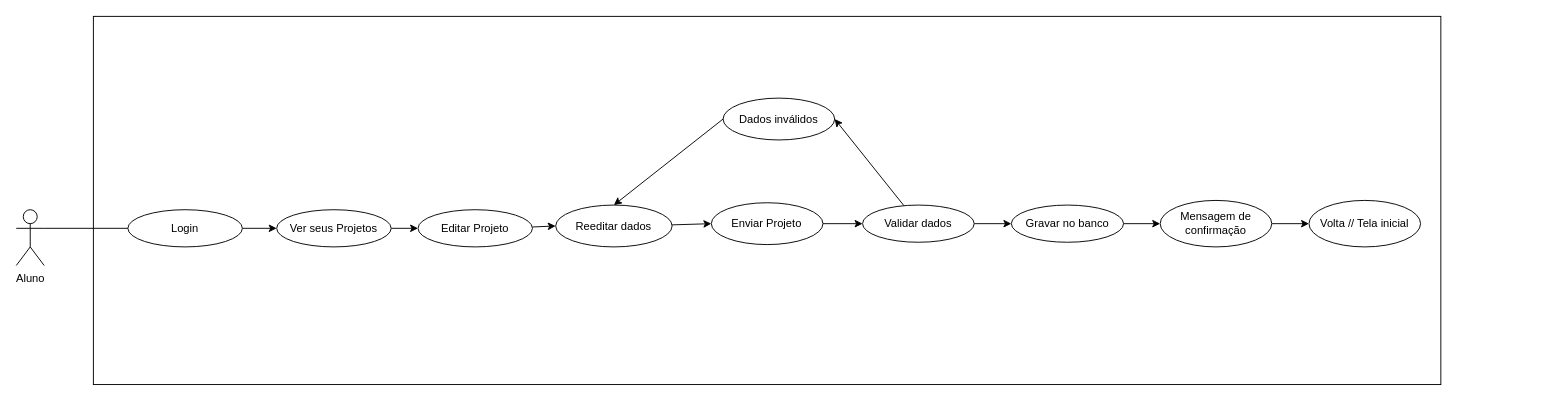
The draw.io diagram page "Diagrama_Casos_de_Uso" (1 of 2) of docs/aluno/editarumprojeto(Seu).drawio in JairC1999/SAPF, before the edit. Source tidied: cells renumbered, new cells numbered last; positions are measured from the earlier drawing's top-left corner, leaving out a move shared by most shapes. Both pictures are drawn from the tidied source at 93%, with x=0, y=0 at pixel (16, -473).
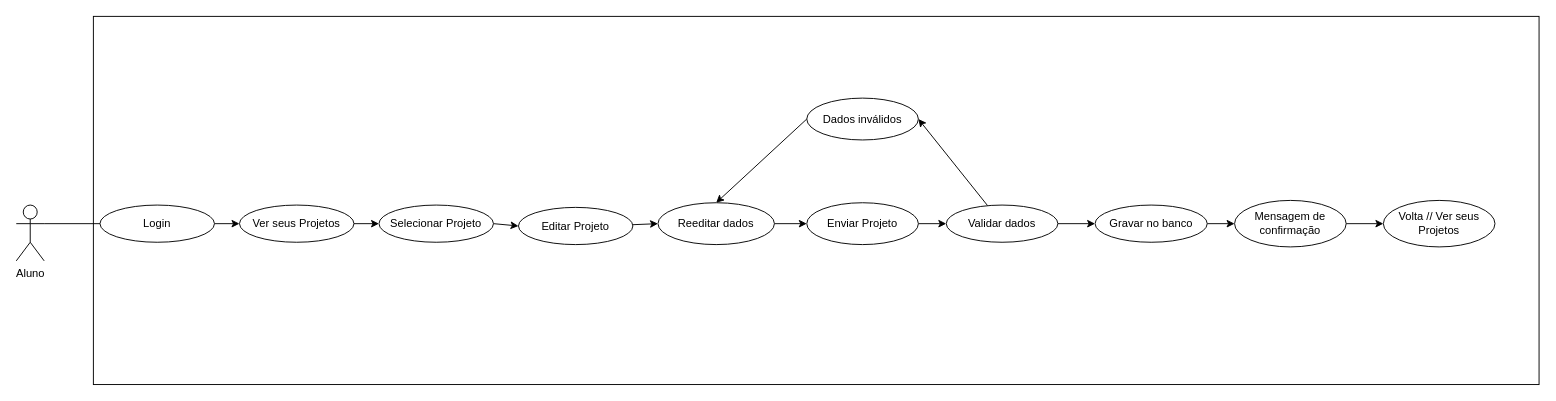
The same page after the edit.

What changed in the source:
```diff
@@
     <mxCell id="2" style="rounded=0;whiteSpace=wrap;html=1;rotation=90;" parent="1" vertex="1">
-      <mxGeometry x="609.4" y="-0.4" width="395.9" height="1448.9" as="geometry" />
+      <mxGeometry x="662.2" y="-53.2" width="395.9" height="1554.5" as="geometry" />
     </mxCell>
     <mxCell id="3" value="Aluno" style="shape=umlActor;verticalLabelPosition=bottom;verticalAlign=top;html=1;outlineConnect=0;" parent="1" vertex="1">
-      <mxGeometry y="734" width="30" height="60" as="geometry" />
+      <mxGeometry y="729" width="30" height="60" as="geometry" />
     </mxCell>
@@
     <mxCell id="6" value="Validar dados" style="ellipse;whiteSpace=wrap;html=1;" parent="1" vertex="1">
-      <mxGeometry x="910" y="729" width="120" height="40" as="geometry" />
+      <mxGeometry x="1000" y="729" width="120" height="40" as="geometry" />
     </mxCell>
@@
     <mxCell id="8" value="Enviar Projeto" style="ellipse;whiteSpace=wrap;html=1;" parent="1" vertex="1">
-      <mxGeometry x="747.4" y="726.5" width="120" height="45" as="geometry" />
+      <mxGeometry x="850" y="726.5" width="120" height="45" as="geometry" />
     </mxCell>
@@
     <mxCell id="10" value="Gravar no banco" style="ellipse;whiteSpace=wrap;html=1;" parent="1" vertex="1">
-      <mxGeometry x="1070" y="729" width="120.6" height="40" as="geometry" />
+      <mxGeometry x="1160" y="729" width="120.6" height="40" as="geometry" />
     </mxCell>
@@
     <mxCell id="12" value="Mensagem de confirmação" style="ellipse;whiteSpace=wrap;html=1;" parent="1" vertex="1">
-      <mxGeometry x="1230" y="724" width="120" height="50" as="geometry" />
+      <mxGeometry x="1310" y="724" width="120" height="50" as="geometry" />
     </mxCell>
@@
     <mxCell id="14" value="Reeditar dados" style="ellipse;whiteSpace=wrap;html=1;" parent="1" vertex="1">
-      <mxGeometry x="580" y="729" width="125.2" height="45" as="geometry" />
+      <mxGeometry x="690" y="726.5" width="125.2" height="45" as="geometry" />
     </mxCell>
@@
     <mxCell id="16" value="Login" style="ellipse;whiteSpace=wrap;html=1;" parent="1" vertex="1">
-      <mxGeometry x="120" y="734" width="123.1" height="40" as="geometry" />
+      <mxGeometry x="90" y="729" width="123.1" height="40" as="geometry" />
     </mxCell>
@@
     <mxCell id="18" value="Editar Projeto" style="ellipse;whiteSpace=wrap;html=1;" parent="1" vertex="1">
-      <mxGeometry x="432" y="734" width="123" height="40" as="geometry" />
+      <mxGeometry x="540" y="731.5" width="123" height="40" as="geometry" />
     </mxCell>
@@
     <mxCell id="20" value="Dados inválidos" style="ellipse;whiteSpace=wrap;html=1;" parent="1" vertex="1">
-      <mxGeometry x="760" y="614" width="120" height="45" as="geometry" />
+      <mxGeometry x="850" y="614" width="120" height="45" as="geometry" />
     </mxCell>
-    <mxCell id="21" value="Volta // Tela inicial" style="ellipse;whiteSpace=wrap;html=1;" parent="1" vertex="1">
-      <mxGeometry x="1390" y="724" width="120" height="50" as="geometry" />
+    <mxCell id="21" value="Volta // Ver seus Projetos" style="ellipse;whiteSpace=wrap;html=1;" parent="1" vertex="1">
+      <mxGeometry x="1470" y="724" width="120" height="50" as="geometry" />
     </mxCell>
@@
-    <mxCell id="23" style="edgeStyle=none;html=1;entryX=0;entryY=0.5;entryDx=0;entryDy=0;" parent="1" edge="1" source="24" target="18">
+    <mxCell id="23" style="edgeStyle=none;html=1;entryX=0;entryY=0.5;entryDx=0;entryDy=0;" parent="1" edge="1" source="24" target="26">
       <mxGeometry relative="1" as="geometry" />
     </mxCell>
     <mxCell id="24" value="Ver seus Projetos" style="ellipse;whiteSpace=wrap;html=1;" parent="1" vertex="1">
-      <mxGeometry x="280" y="734" width="123.1" height="40" as="geometry" />
+      <mxGeometry x="240" y="729" width="123.1" height="40" as="geometry" />
     </mxCell>
+    <mxCell id="25" style="edgeStyle=none;html=1;exitX=1;exitY=0.5;exitDx=0;exitDy=0;entryX=0;entryY=0.5;entryDx=0;entryDy=0;" parent="1" edge="1" source="26" target="18">
+      <mxGeometry relative="1" as="geometry" />
+    </mxCell>
+    <mxCell id="26" value="Selecionar Projeto" style="ellipse;whiteSpace=wrap;html=1;" parent="1" vertex="1">
+      <mxGeometry x="390" y="729" width="123.1" height="40" as="geometry" />
+    </mxCell>
```
